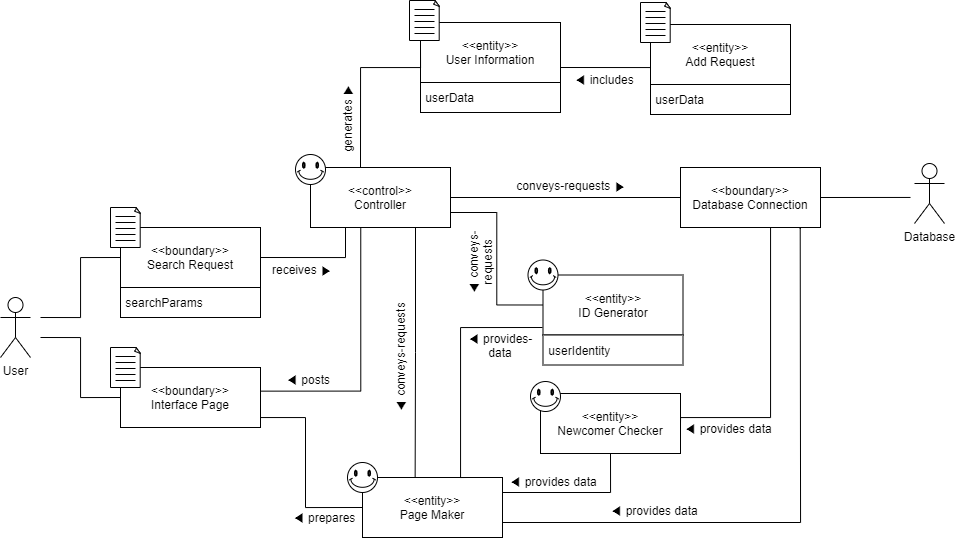
youngkwon02/Enhanced-library-management keeps this draw.io diagram as docs/DomainModels/diagrams/DM-UC-14.png. Above is the earlier version. Source tidied: cells renumbered, new cells last; positions are measured from the earlier drawing's top-left corner, leaving out a move shared by most shapes.
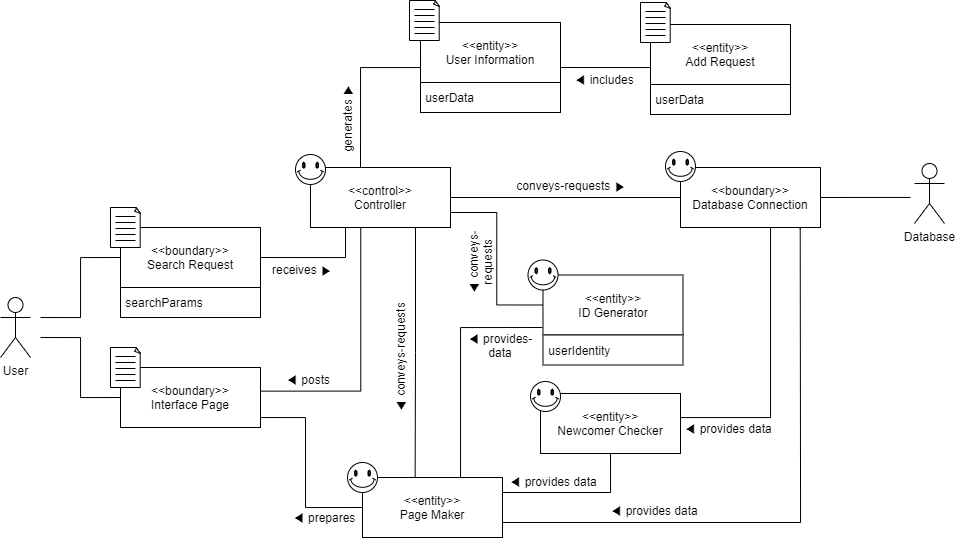
Later version of the same file.

Commit message:
doc: fix concept type

Change to the diagram source:
```diff
@@ -383,5 +383,8 @@
     <mxCell id="89" value="◀ conveys-&lt;br&gt;requests" style="text;html=1;strokeColor=none;fillColor=none;align=center;verticalAlign=middle;whiteSpace=wrap;rounded=0;rotation=-90;" parent="1" vertex="1">
       <mxGeometry x="415" y="252" width="130" height="20" as="geometry" />
     </mxCell>
+    <mxCell id="90" style="verticalLabelPosition=bottom;verticalAlign=top;html=1;shape=mxgraph.basic.smiley;" parent="1" vertex="1">
+      <mxGeometry x="665" y="151" width="30" height="30" as="geometry" />
+    </mxCell>
   </root>
 </mxGraphModel>
```
